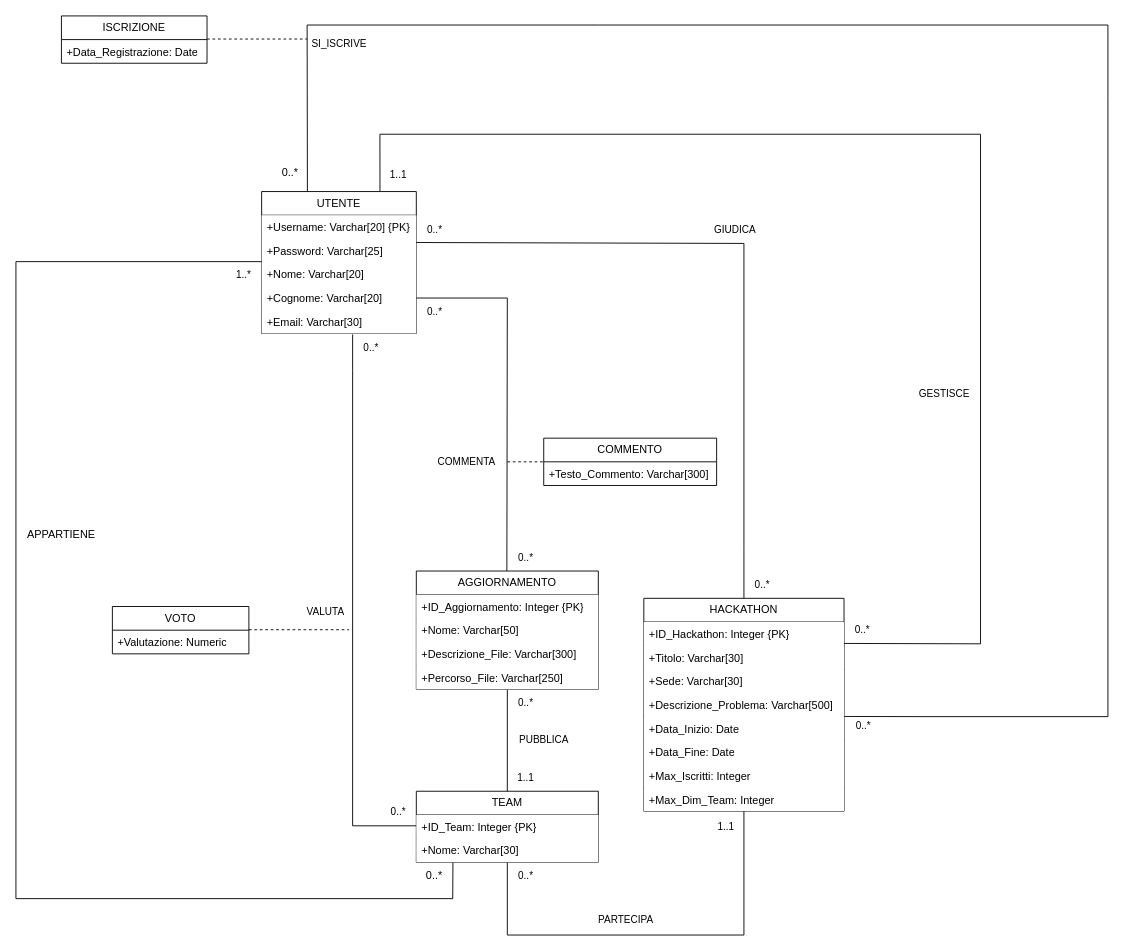
Earlier version of the draw.io diagram Diagramma Hackathon Ristrutturato.drawio (galetizia/Progetto-DB). Source tidied: cells renumbered, new cells numbered last; positions are measured from the earlier drawing's top-left corner, leaving out a move shared by most shapes. Both pictures are drawn from the tidied source at 91%, with x=0, y=0 at pixel (15, 15).
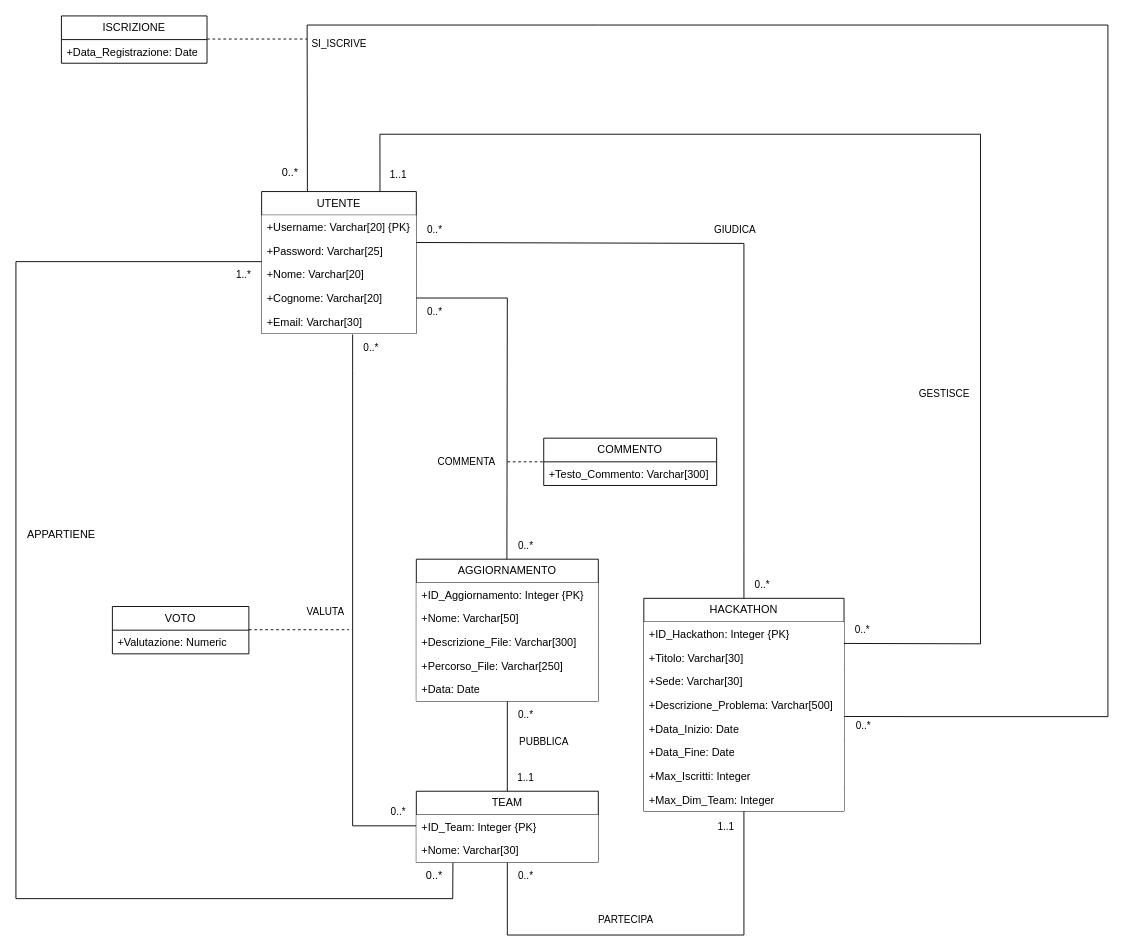
Above is the later version.

Commit message (it also covers changes not shown here):
Apportate modifiche al diagramma UML (NON RISTRUTTURATO), aggiunto campo data a ristrutturato e non, aggiornata documentazione in latex

The edit, as a diff of the source:
```diff
@@
     <mxCell id="26" value="AGGIORNAMENTO" style="swimlane;fontStyle=0;horizontal=1;startSize=26;fillColor=default;whiteSpace=wrap;html=1;" parent="1" vertex="1">
-      <mxGeometry x="440" y="610" width="200" height="130" as="geometry" />
+      <mxGeometry x="440" y="597" width="200" height="156" as="geometry" />
     </mxCell>
@@
+    <mxCell id="66" value="+Data: Date" style="text;strokeColor=none;fillColor=default;align=left;verticalAlign=top;spacingLeft=4;spacingRight=4;overflow=hidden;whiteSpace=wrap;html=1;" parent="26" vertex="1">
+      <mxGeometry y="130" width="200" height="26" as="geometry" />
+    </mxCell>
@@
     <mxCell id="36" value="PUBBLICA" style="text;html=1;align=center;verticalAlign=middle;strokeColor=none;fillColor=none;fontFamily=Helvetica;fontSize=11;fontColor=default;labelBackgroundColor=default;" parent="1" vertex="1">
-      <mxGeometry x="540" y="780" width="80" height="30" as="geometry" />
+      <mxGeometry x="540" y="783" width="80" height="30" as="geometry" />
     </mxCell>
@@
     <mxCell id="40" value="0..*" style="text;html=1;align=center;verticalAlign=middle;strokeColor=none;fillColor=none;fontFamily=Helvetica;fontSize=11;fontColor=default;labelBackgroundColor=default;" parent="1" vertex="1">
-      <mxGeometry x="540" y="740" width="40" height="30" as="geometry" />
+      <mxGeometry x="540" y="753" width="40" height="30" as="geometry" />
     </mxCell>
@@
     <mxCell id="43" value="0..*" style="text;html=1;align=center;verticalAlign=middle;strokeColor=none;fillColor=none;fontFamily=Helvetica;fontSize=11;fontColor=default;labelBackgroundColor=default;" parent="1" vertex="1">
-      <mxGeometry x="540" y="580" width="40" height="30" as="geometry" />
+      <mxGeometry x="540" y="567" width="40" height="30" as="geometry" />
     </mxCell>
```
